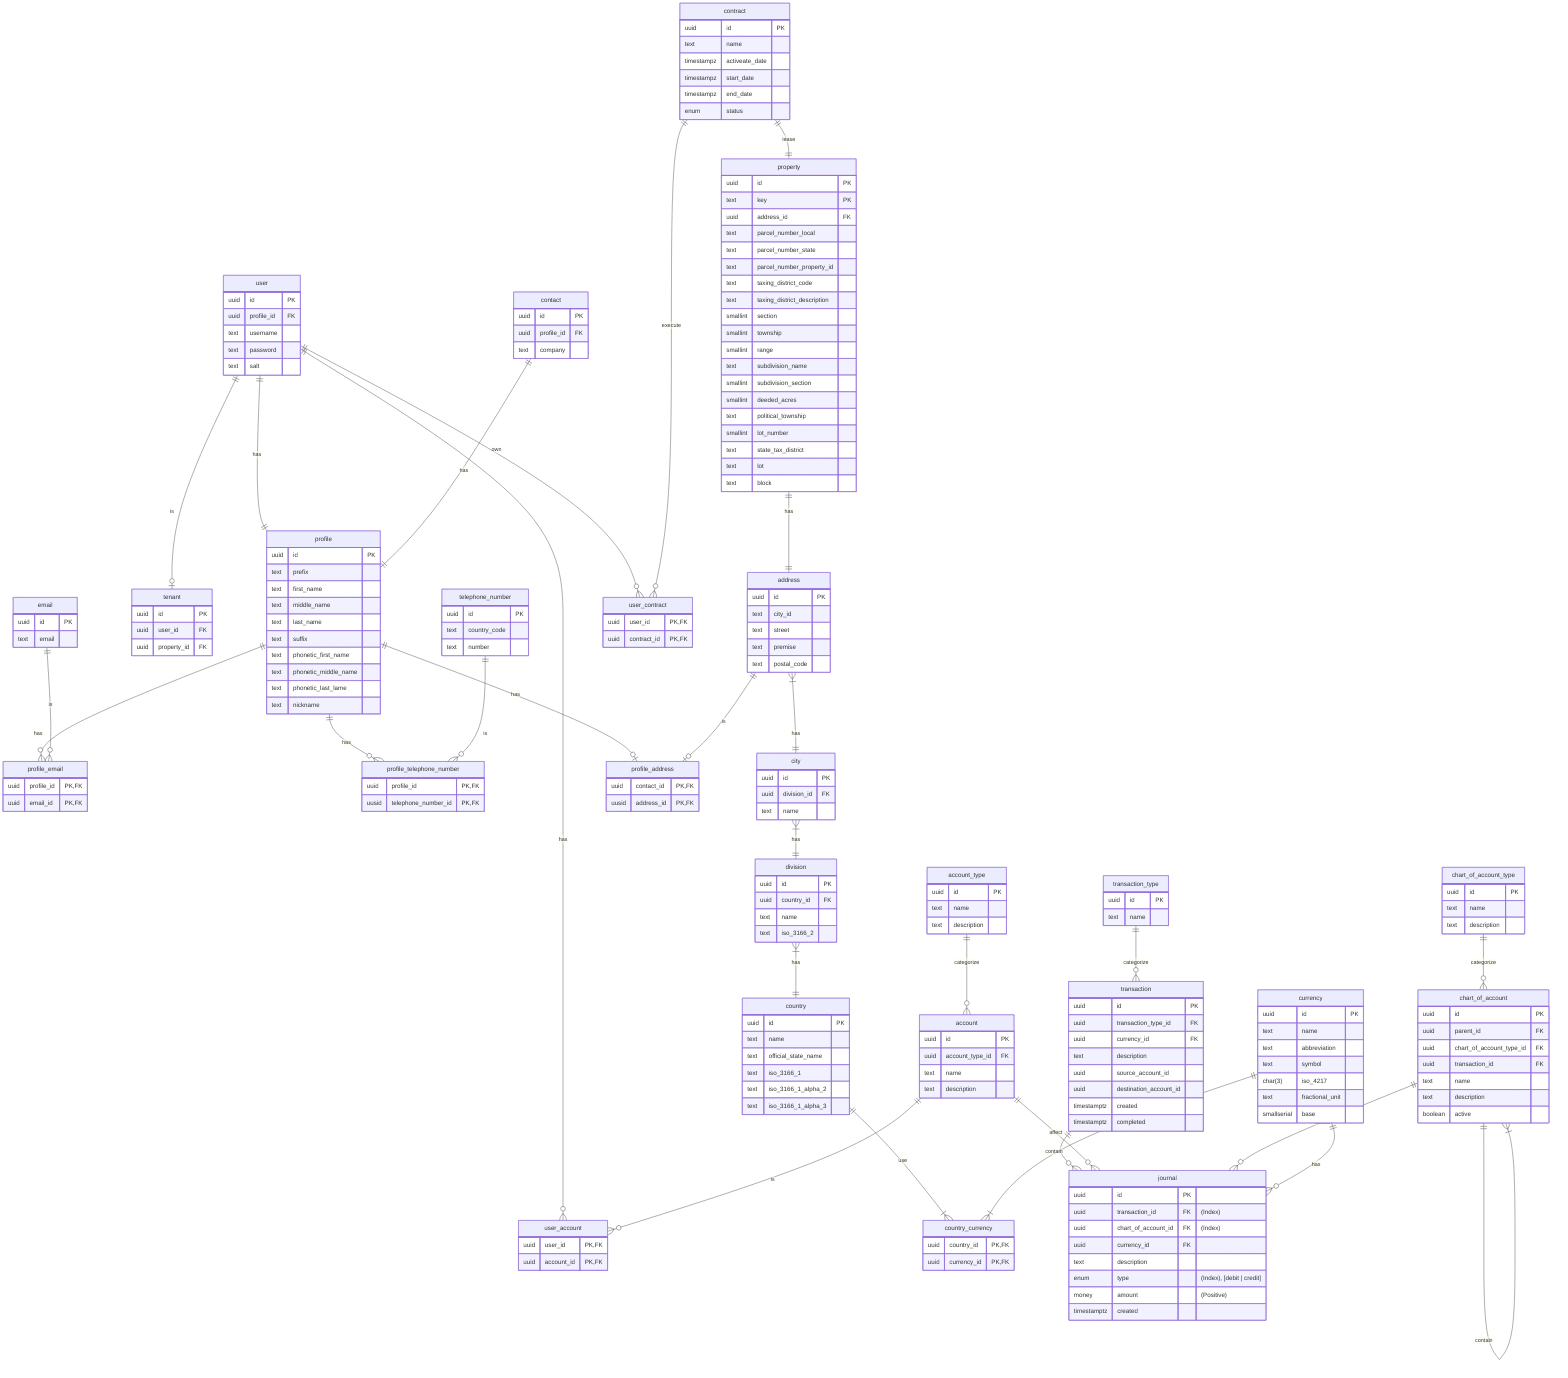
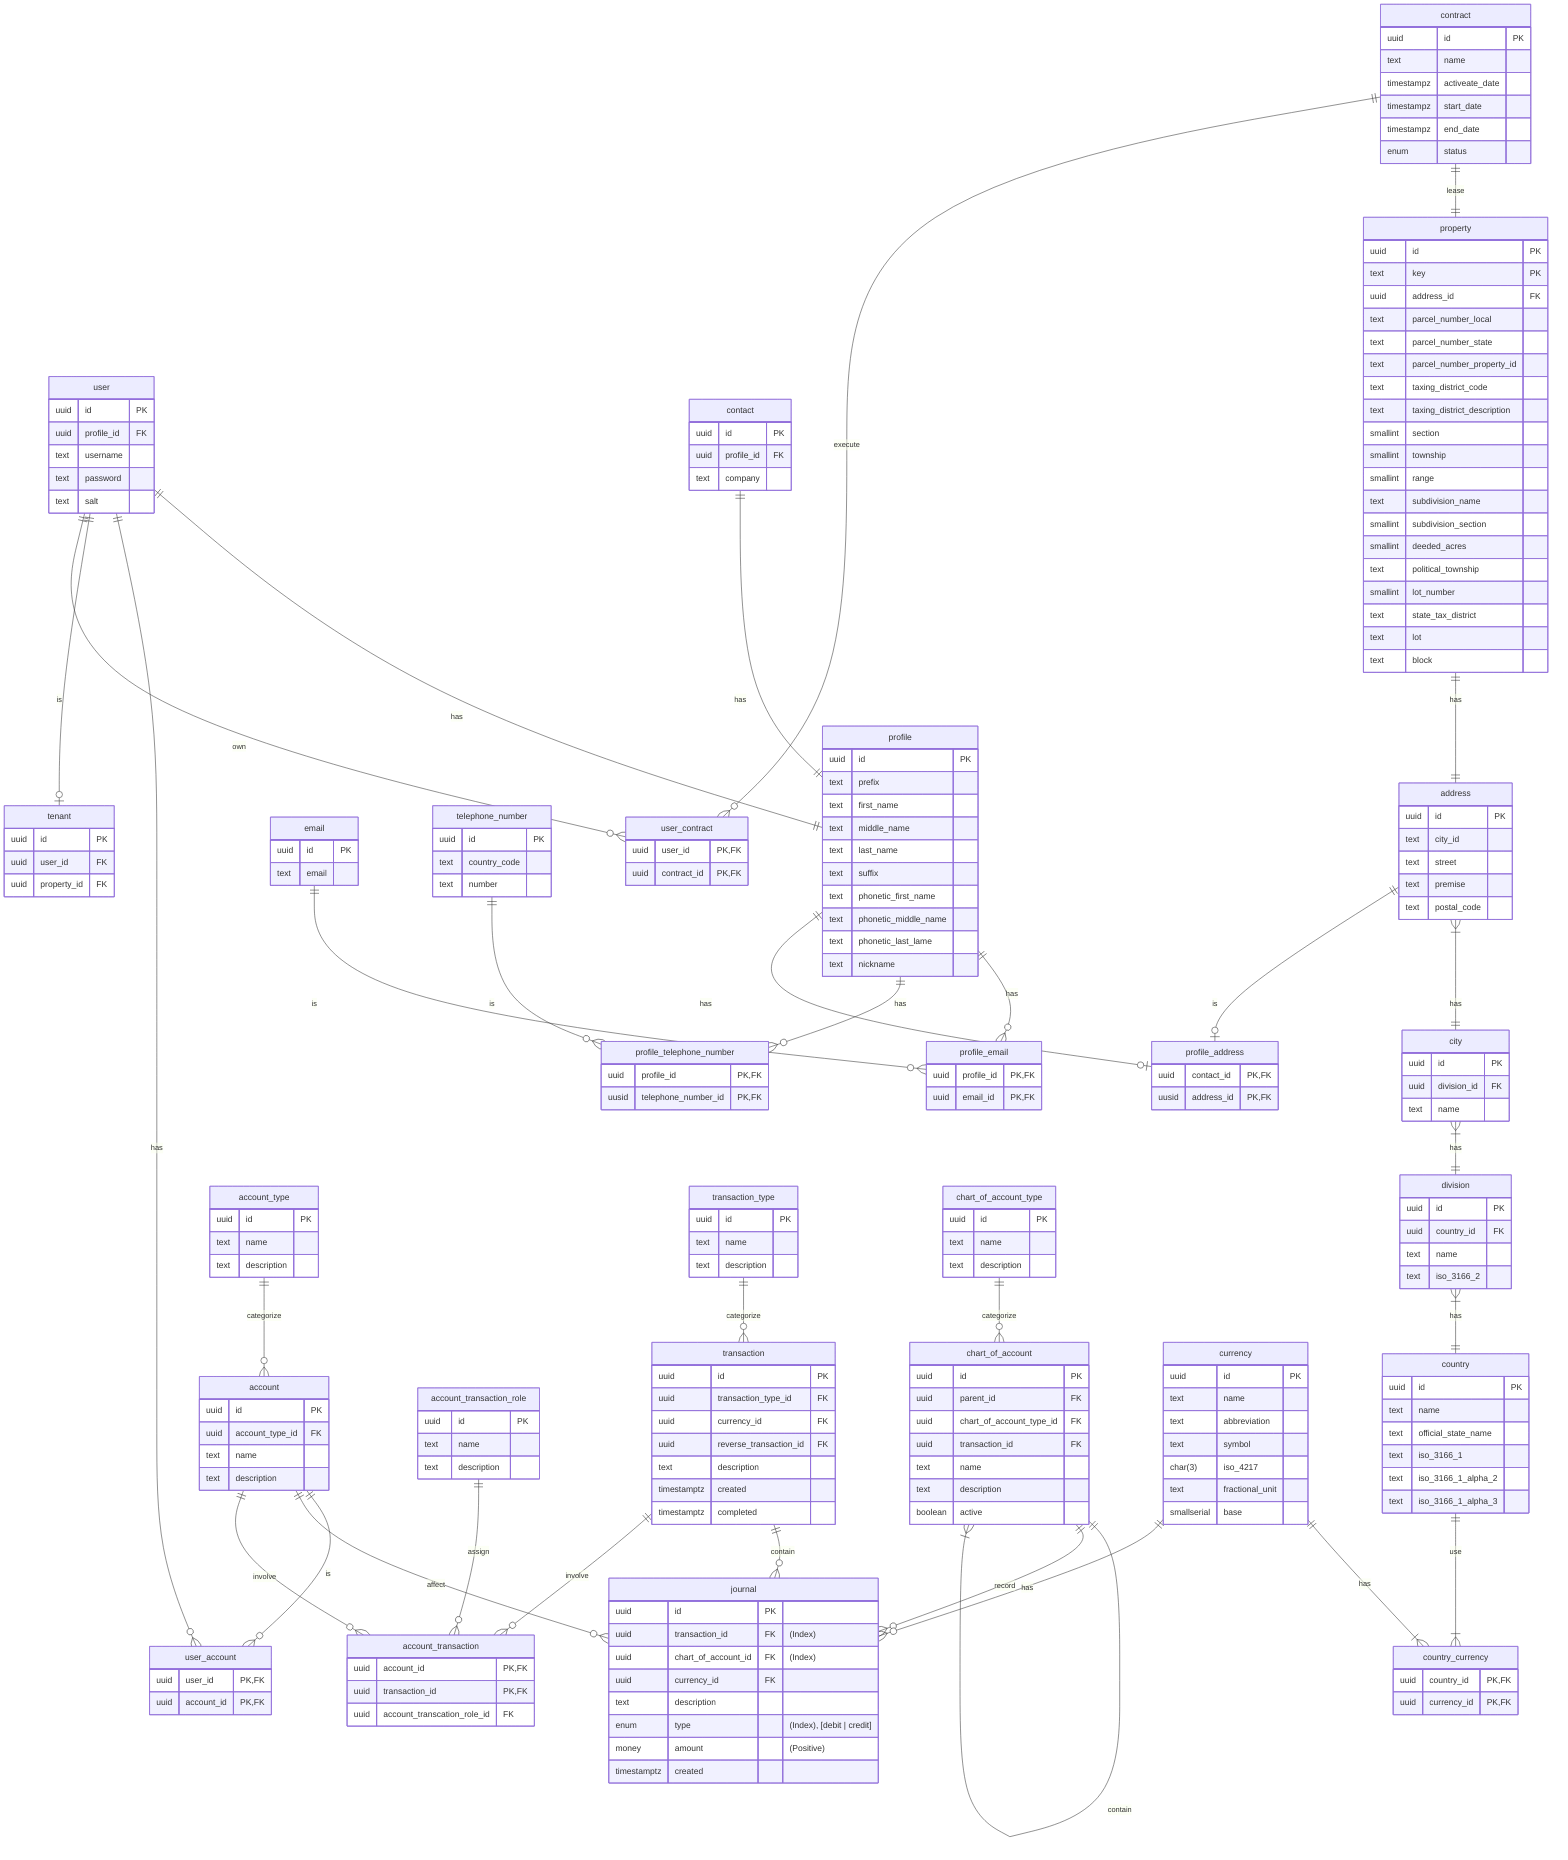
erDiagram

    %%%%%%%%%%%%%
    %% General %%
    %%%%%%%%%%%%%

    %% User
    %% The user of the system
    user ||--|| profile : has
    user ||--o{ user_account : has
    user ||--o| tenant : is
    user {
        uuid id PK
        uuid profile_id FK
        text username
        text password
        text salt
    }

    %% User Account
    user_account {
        uuid user_id PK,FK
        uuid account_id PK,FK
    }

    %% Contact
    contact ||--|| profile : has
    contact {
        uuid id PK
        uuid profile_id FK
        text company
    }

    %% Profile
    profile {
        uuid id PK
        text prefix
        text first_name
        text middle_name
        text last_name
        text suffix
        text phonetic_first_name
        text phonetic_middle_name
        text phonetic_last_lame
        text nickname
    }

    %% Email
    email {
        uuid id PK
        text email
    }

    profile ||--o{ profile_email : has
    email ||--o{ profile_email : is
    profile_email {
        uuid profile_id PK,FK
        uuid email_id PK,FK
    }

    %% Telephone Number
    telephone_number {
        uuid id PK
        text country_code
        text number
    }

    profile ||--o{ profile_telephone_number : has
    telephone_number ||--o{ profile_telephone_number : is
    profile_telephone_number {
        uuid profile_id PK,FK
        uusid telephone_number_id PK,FK
    }

    %% Address
    address }|--|| city : has
    address {
        uuid id PK
        text city_id
        text street
        text premise
        text postal_code
    }

    profile ||--o| profile_address : has
    address ||--o| profile_address : is
    profile_address {
        uuid contact_id PK,FK
        uusid address_id PK,FK
    }

    %% City
    city }|--|| division : has
    city {
        uuid id PK
        uuid division_id FK
        text name
    }

    %% Division
    division }|--|| country : has
    division {
        uuid id PK
        uuid country_id FK
        text name
        text iso_3166_2
    }

    %% Country
    country ||--|{ country_currency : use
    country {
        uuid id PK
        text name
        text official_state_name
        text iso_3166_1
        text iso_3166_1_alpha_2
        text iso_3166_1_alpha_3
-     }
- 
-     %% Transaction
-     transaction ||--o{ journal : contain
-     transaction {
-         uuid id PK
-         uuid transaction_type_id FK
-         uuid currency_id FK
-         text description
-         uuid source_account_id
-         uuid destination_account_id
-         timestamptz created
-         timestamptz completed
-         %% money original_cost
-         %% money tax
-         %% money adjustment
-         %% money discount
-         %% enum tax_expense
-     }
- 
-     %% Transaction Type
-     transaction_type ||--o{ transaction : categorize
-     transaction_type {
-         uuid id PK
-         text name
    }

    %% Tenant
    tenant {
        uuid id PK
        uuid user_id FK
        uuid property_id FK
    }

    %% Contract
    contract ||--|| property : lease
    contract {
        uuid id PK
        text name
        timestampz activeate_date
        timestampz start_date
        timestampz end_date
        enum status
    }

    %% User Contract
    user ||--o{ user_contract : own
    contract ||--o{ user_contract : execute
    user_contract {
        uuid user_id PK,FK
        uuid contract_id PK,FK
    }

    %% Property
    property ||--|| address : has
    property {
        uuid id PK
        text key PK
        uuid address_id FK
        text parcel_number_local
        text parcel_number_state
        text parcel_number_property_id
        text taxing_district_code
        text taxing_district_description
        smallint section
        smallint township
        smallint range
        text subdivision_name
        smallint subdivision_section
        smallint deeded_acres
        text political_township
        smallint lot_number
        text state_tax_district
        text lot
        text block
    }

    %%%%%%%%%%%%%
    %% Finance %%
    %%%%%%%%%%%%%

    %% Account
    account ||--o{ user_account : is
    account ||--o{ journal : affect
+     account ||--o{ account_transaction : involve
    account {
        uuid id PK
        uuid account_type_id FK
        text name
        text description
    }

    account_type ||--o{ account : categorize
    account_type {
+         uuid id PK
+         text name
+         text description
+     }
+ 
+     %% Account Transaction
+     account_transaction {
+         uuid account_id PK,FK
+         uuid transaction_id PK,FK
+         uuid account_transcation_role_id FK
+     }
+ 
+     %% Account Transaction Role
+     account_transaction_role ||--o{ account_transaction : assign
+     account_transaction_role {
+         uuid id PK
+         text name
+         text description
+     }
+ 
+     %% Transaction
+     transaction ||--o{ journal : contain
+     transaction ||--o{ account_transaction : involve
+     transaction {
+         uuid id PK
+         uuid transaction_type_id FK
+         uuid currency_id FK
+         uuid reverse_transaction_id FK
+         %% uuid source_account_id
+         %% uuid destination_account_id
+         text description
+         timestamptz created
+         timestamptz completed
+         %% money original_cost
+         %% money tax
+         %% money adjustment
+         %% money discount
+         %% enum tax_expense
+     }
+ 
+     %% Transaction Type
+     transaction_type ||--o{ transaction : categorize
+     transaction_type {
        uuid id PK
        text name
        text description
    }

    %% Chart of Account
    %% Asset, Liability, Equity, Revenue, Expense, Other
    chart_of_account ||--|{ chart_of_account : contain
    chart_of_account ||--o{ journal : record
    chart_of_account {
        uuid id PK
        uuid parent_id FK
        uuid chart_of_account_type_id FK
        uuid transaction_id FK
        text name
        text description
        boolean active
    }

    %% Chart of Account Type
    chart_of_account_type ||--o{ chart_of_account : categorize
    chart_of_account_type {
        uuid id PK
        text name
        text description
    }

    %% Journal
    %% Chronological listing of business events using accounting
    %% debit-and-credit language
    %% Ledger
    %% Copy of journal's events, sorted by category or account
    journal {
        uuid id PK
        uuid transaction_id FK "(Index)"
        uuid chart_of_account_id FK "(Index)"
        uuid currency_id FK
        text description
        enum type "(Index), [debit | credit]"
        money amount "(Positive)"
        timestamptz created
    }

    %% Currency
    currency ||--|{ country_currency : has
    currency ||--o{ journal : has
    currency {
        uuid id PK
        text name
        text abbreviation
        text symbol
        char(3) iso_4217
        text fractional_unit
        smallserial base
    }

    country_currency {
        uuid country_id PK,FK
        uuid currency_id PK,FK
    }
